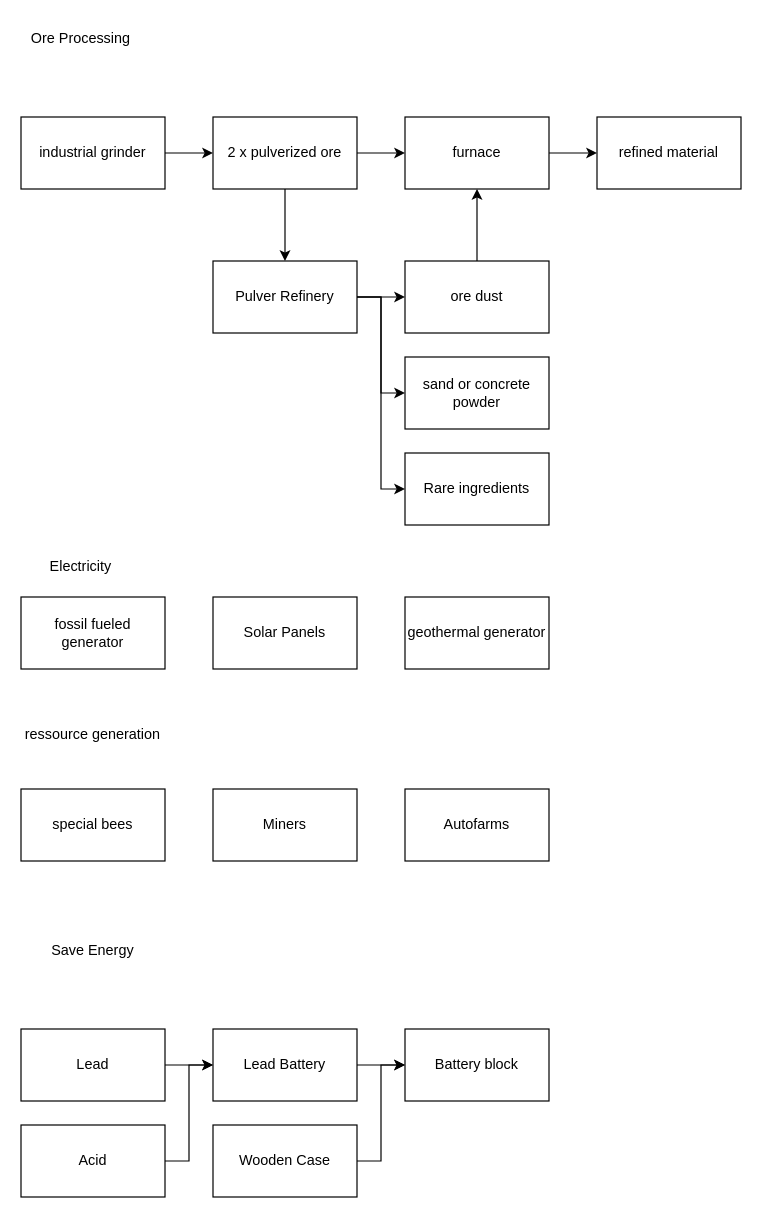
OliLeisingeHFU/beecraft keeps this draw.io diagram as concepts/machinery.drawio. Above is the earlier version. Source tidied: cells renumbered, new cells numbered last; positions are measured from the earlier drawing's top-left corner, leaving out a move shared by most shapes. Both pictures are drawn from the tidied source at 120%, with x=0, y=0 at pixel (20, 20).
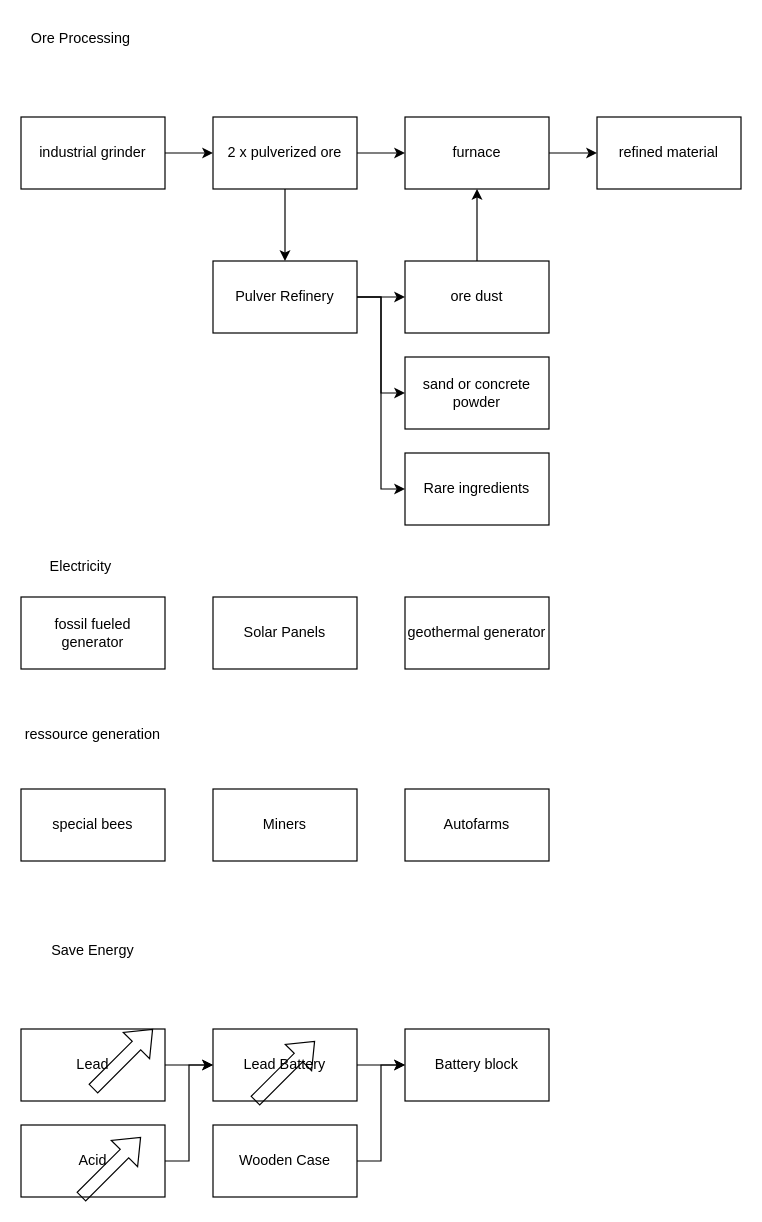
The same page after the edit.

Change to the diagram source:
```diff
@@
+    <mxCell id="37" style="shape=flexArrow;endArrow=classic;html=1;rounded=0;" parent="1" edge="1">
+      <mxGeometry relative="1" as="geometry">
+        <mxPoint x="60" y="890" as="sourcePoint" />
+        <mxPoint x="110" y="840" as="targetPoint" />
+      </mxGeometry>
+    </mxCell>
+    <mxCell id="38" style="shape=flexArrow;endArrow=classic;html=1;rounded=0;" parent="1" edge="1">
+      <mxGeometry relative="1" as="geometry">
+        <mxPoint x="50" y="980" as="sourcePoint" />
+        <mxPoint x="100" y="930" as="targetPoint" />
+      </mxGeometry>
+    </mxCell>
+    <mxCell id="39" style="shape=flexArrow;endArrow=classic;html=1;rounded=0;" parent="1" edge="1">
+      <mxGeometry relative="1" as="geometry">
+        <mxPoint x="195" y="900" as="sourcePoint" />
+        <mxPoint x="245" y="850" as="targetPoint" />
+      </mxGeometry>
+    </mxCell>
```
